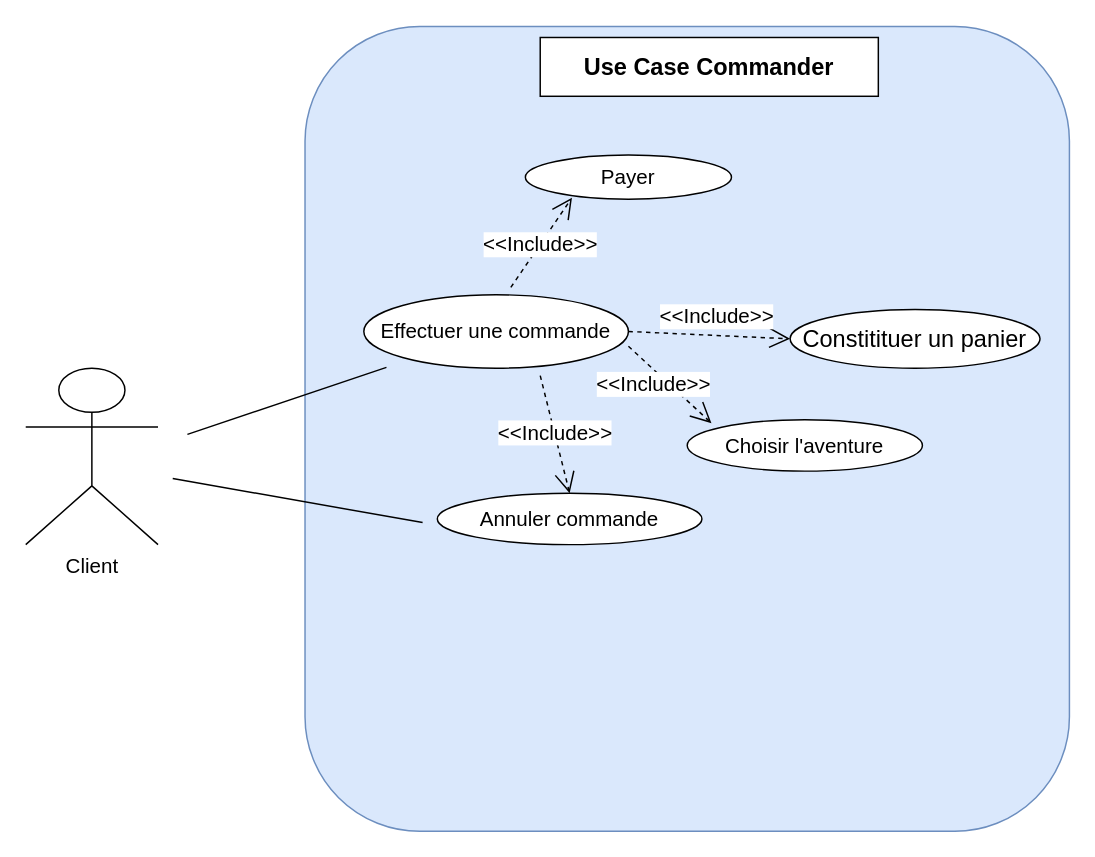
This is page "Use Case-Commande" (3 of 7) of fonctionnel/diagrams_P9.drawio from Ketut38/P9-wild-adventures, a draw.io file, before an edit. Source tidied: cells renumbered, new cells numbered last; positions are measured from the earlier drawing's top-left corner, leaving out a move shared by most shapes. Both pictures are drawn from the tidied source at 147%, with x=0, y=0 at pixel (25, 25).
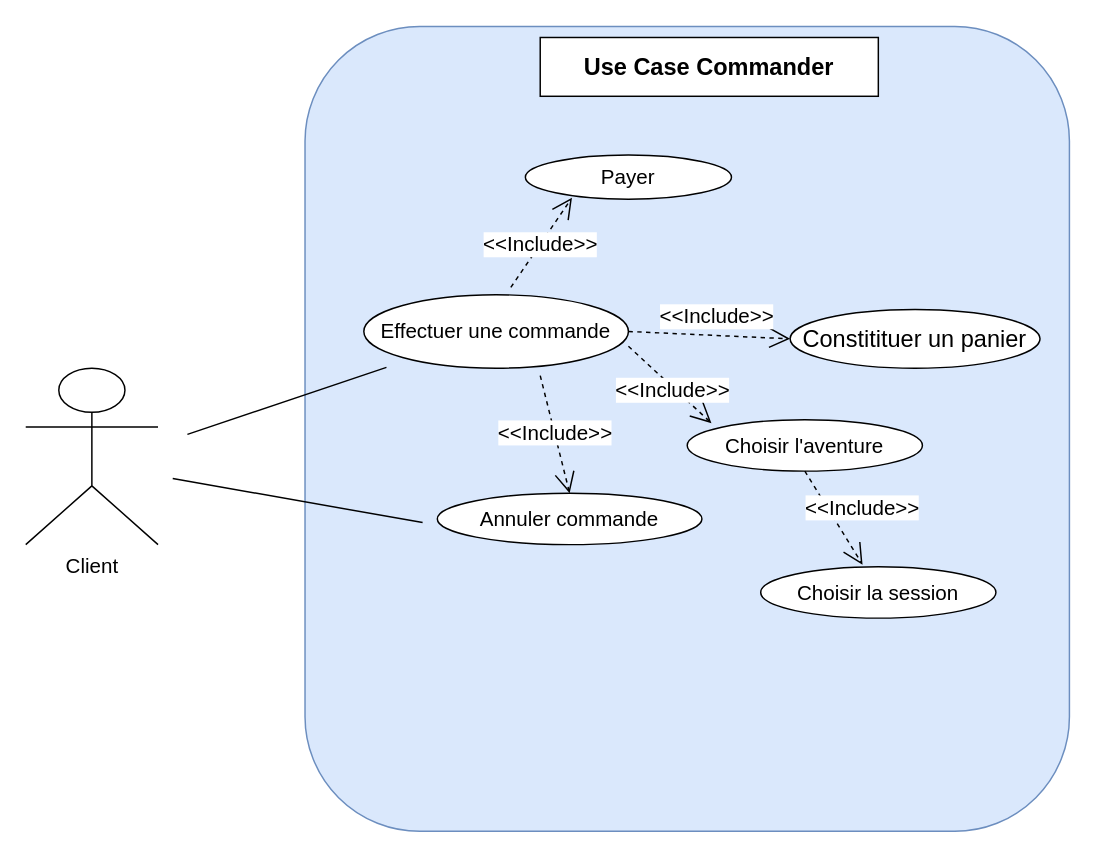
The same page after the edit.

Unchanged cells that the change refers to:
```xml
<mxCell id="10" value="Choisir l'aventure" style="ellipse;whiteSpace=wrap;html=1;fontSize=14;align=center;" parent="1" vertex="1">
  <mxGeometry x="450" y="268" width="160" height="35" as="geometry" />
</mxCell>
```

Change to the diagram source:
```diff
@@
     <mxCell id="11" value="&lt;font color=&quot;#000000&quot; style=&quot;font-size: 14px&quot;&gt;&amp;lt;&amp;lt;Include&amp;gt;&amp;gt;&lt;/font&gt;" style="endArrow=open;endSize=12;dashed=1;html=1;fontSize=14;fontColor=#35FF0D;entryX=0.103;entryY=0.067;entryDx=0;entryDy=0;entryPerimeter=0;" parent="1" edge="1" target="10">
-      <mxGeometry x="-0.2" y="-7" relative="1" as="geometry">
+      <mxGeometry x="0.1" y="-2" relative="1" as="geometry">
         <mxPoint x="410" y="218" as="sourcePoint" />
-        <mxPoint x="-1" as="offset" />
+        <mxPoint x="1" as="offset" />
       </mxGeometry>
     </mxCell>
@@
+    <mxCell id="16" value="Choisir la session" style="ellipse;whiteSpace=wrap;html=1;fontSize=14;align=center;" parent="1" vertex="1">
+      <mxGeometry x="500" y="368" width="160" height="35" as="geometry" />
+    </mxCell>
+    <mxCell id="17" value="&lt;font color=&quot;#000000&quot; style=&quot;font-size: 14px&quot;&gt;&amp;lt;&amp;lt;Include&amp;gt;&amp;gt;&lt;/font&gt;" style="endArrow=open;endSize=12;dashed=1;html=1;fontSize=14;fontColor=#35FF0D;entryX=0.433;entryY=-0.038;entryDx=0;entryDy=0;entryPerimeter=0;" parent="1" edge="1" target="16">
+      <mxGeometry x="0.12" y="20" relative="1" as="geometry">
+        <mxPoint x="530" y="303" as="sourcePoint" />
+      </mxGeometry>
+    </mxCell>
```
